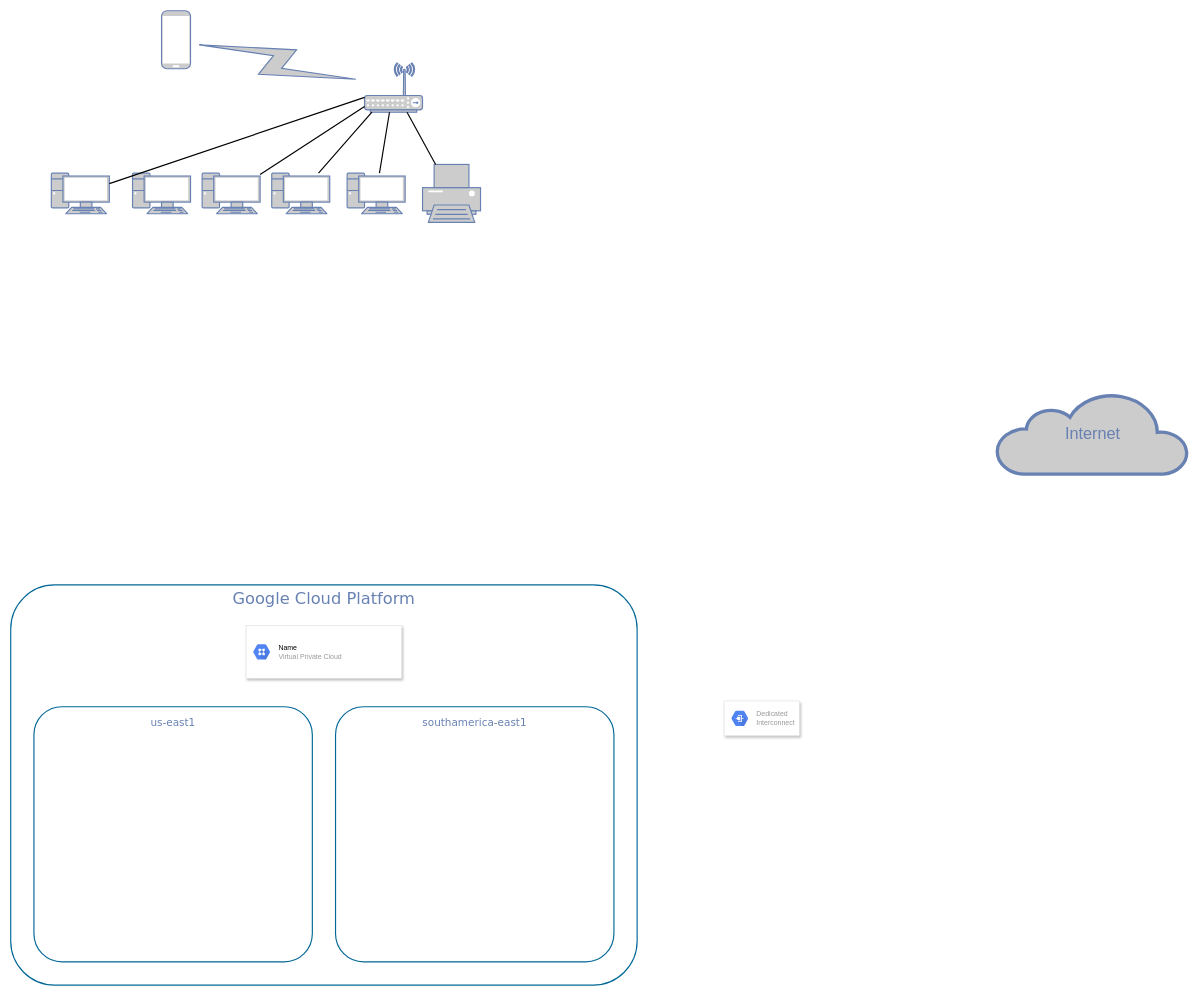
This is Network.drawio from lucasbagb/drawio, a draw.io file, before an edit. Source tidied: cells renumbered, new cells numbered last; positions are measured from the earlier drawing's top-left corner, leaving out a move shared by most shapes. Both pictures are drawn from the tidied source at 58%, with x=0, y=0 at pixel (10, 10).
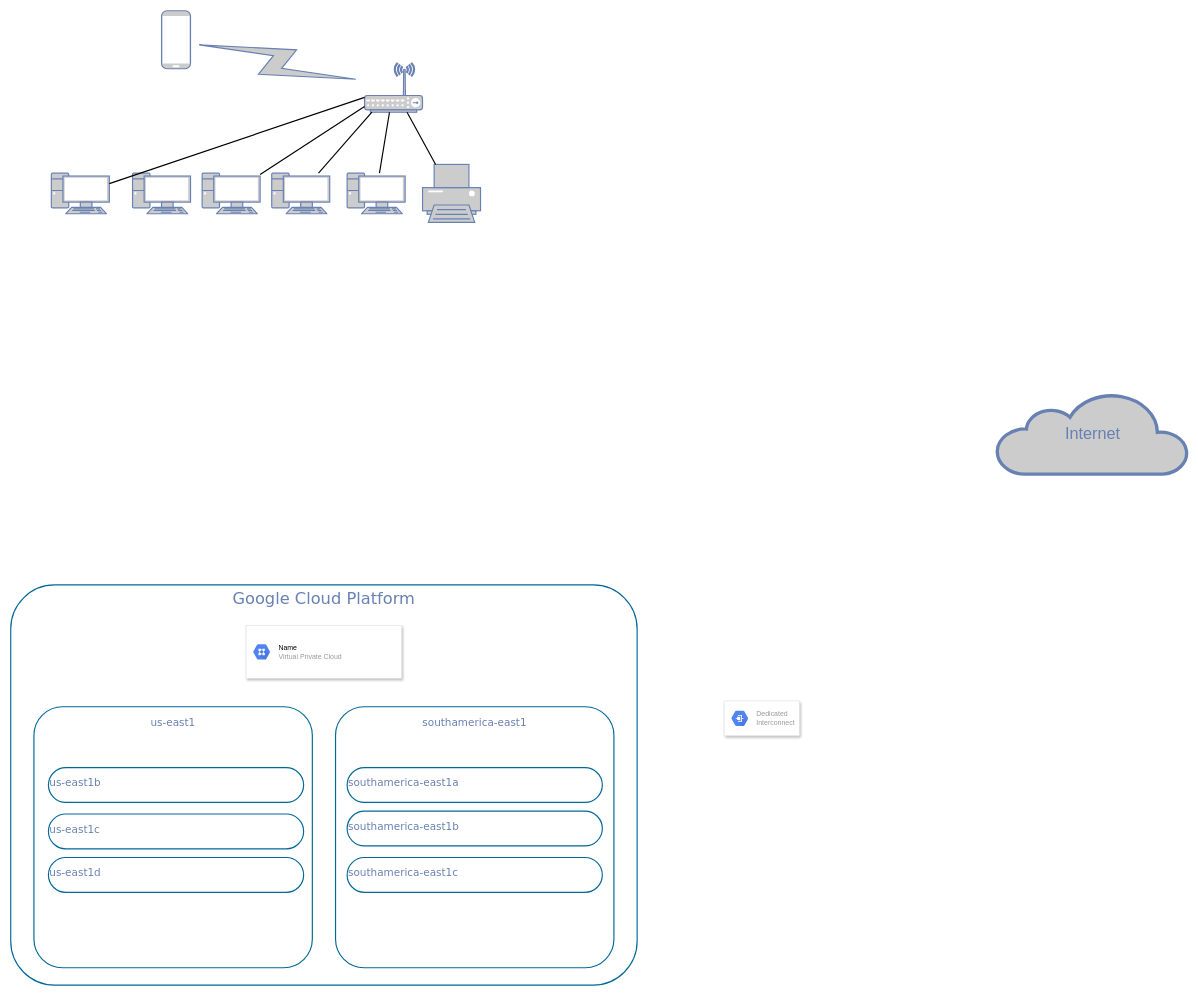
Above is the later version.

What changed in the source:
```diff
@@
     <mxCell id="22" value="&lt;font style=&quot;font-size: 18px&quot;&gt;us-east1&lt;/font&gt;" style="rounded=1;whiteSpace=wrap;html=1;shadow=0;comic=0;strokeColor=#036897;strokeWidth=2;fillColor=none;fontFamily=Verdana;fontSize=28;fontColor=#6881B3;align=center;arcSize=11;verticalAlign=top;" parent="1" vertex="1">
-      <mxGeometry x="40" y="1200" width="480" height="440" as="geometry" />
+      <mxGeometry x="40" y="1200" width="480" height="450" as="geometry" />
     </mxCell>
     <mxCell id="23" value="&lt;font style=&quot;font-size: 18px&quot;&gt;southamerica-east1&lt;/font&gt;" style="rounded=1;whiteSpace=wrap;html=1;shadow=0;comic=0;strokeColor=#036897;strokeWidth=2;fillColor=none;fontFamily=Verdana;fontSize=28;fontColor=#6881B3;align=center;arcSize=11;verticalAlign=top;" parent="1" vertex="1">
-      <mxGeometry x="560" y="1200" width="480" height="440" as="geometry" />
+      <mxGeometry x="560" y="1200" width="480" height="450" as="geometry" />
     </mxCell>
+    <mxCell id="24" value="&lt;font style=&quot;font-size: 18px&quot;&gt;southamerica-east1a&lt;br&gt;&lt;/font&gt;" style="rounded=1;whiteSpace=wrap;html=1;shadow=0;comic=0;strokeColor=#036897;strokeWidth=2;fillColor=none;fontFamily=Verdana;fontSize=28;fontColor=#6881B3;align=left;arcSize=50;verticalAlign=top;" parent="1" vertex="1">
+      <mxGeometry x="580" y="1305" width="440" height="60" as="geometry" />
+    </mxCell>
+    <mxCell id="25" value="&lt;font style=&quot;font-size: 18px&quot;&gt;southamerica-east1b&lt;br&gt;&lt;/font&gt;" style="rounded=1;whiteSpace=wrap;html=1;shadow=0;comic=0;strokeColor=#036897;strokeWidth=2;fillColor=none;fontFamily=Verdana;fontSize=28;fontColor=#6881B3;align=left;arcSize=50;verticalAlign=top;" parent="1" vertex="1">
+      <mxGeometry x="580" y="1380" width="440" height="60" as="geometry" />
+    </mxCell>
+    <mxCell id="26" value="&lt;font style=&quot;font-size: 18px&quot;&gt;southamerica-east1c&lt;br&gt;&lt;/font&gt;" style="rounded=1;whiteSpace=wrap;html=1;shadow=0;comic=0;strokeColor=#036897;strokeWidth=2;fillColor=none;fontFamily=Verdana;fontSize=28;fontColor=#6881B3;align=left;arcSize=50;verticalAlign=top;" parent="1" vertex="1">
+      <mxGeometry x="580" y="1460" width="440" height="60" as="geometry" />
+    </mxCell>
+    <mxCell id="27" value="&lt;font style=&quot;font-size: 18px&quot;&gt;us-east1b&lt;br&gt;&lt;/font&gt;" style="rounded=1;whiteSpace=wrap;html=1;shadow=0;comic=0;strokeColor=#036897;strokeWidth=2;fillColor=none;fontFamily=Verdana;fontSize=28;fontColor=#6881B3;align=left;arcSize=50;verticalAlign=top;" parent="1" vertex="1">
+      <mxGeometry x="65" y="1305" width="440" height="60" as="geometry" />
+    </mxCell>
+    <mxCell id="28" value="&lt;font style=&quot;font-size: 18px&quot;&gt;us-east1c&lt;br&gt;&lt;/font&gt;" style="rounded=1;whiteSpace=wrap;html=1;shadow=0;comic=0;strokeColor=#036897;strokeWidth=2;fillColor=none;fontFamily=Verdana;fontSize=28;fontColor=#6881B3;align=left;arcSize=50;verticalAlign=top;" parent="1" vertex="1">
+      <mxGeometry x="65" y="1385" width="440" height="60" as="geometry" />
+    </mxCell>
+    <mxCell id="29" value="&lt;font style=&quot;font-size: 18px&quot;&gt;us-east1d&lt;br&gt;&lt;/font&gt;" style="rounded=1;whiteSpace=wrap;html=1;shadow=0;comic=0;strokeColor=#036897;strokeWidth=2;fillColor=none;fontFamily=Verdana;fontSize=28;fontColor=#6881B3;align=left;arcSize=50;verticalAlign=top;" parent="1" vertex="1">
+      <mxGeometry x="65" y="1460" width="440" height="60" as="geometry" />
+    </mxCell>
```
